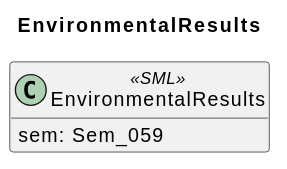
Before: docs/model/sections/EnvironmentalResults.svg, a diagram exported from PlantUML (Leeeks/aas-epd-type-iii-submodel). Its diagram source:
```plantuml
@startuml
title EnvironmentalResults
skinparam classAttributeIconSize 0
skinparam linetype ortho
hide empty members

class EnvironmentalResults <<SML>> {
  sem: Sem_059
}
@enduml
```
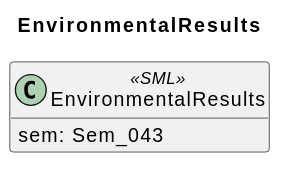
The same file after the commit.

The edit, as a diff of the source:
```diff
@@ -5,6 +5,6 @@
 hide empty members
 
 class EnvironmentalResults <<SML>> {
-  sem: Sem_059
+  sem: Sem_043
 }
 @enduml
```
